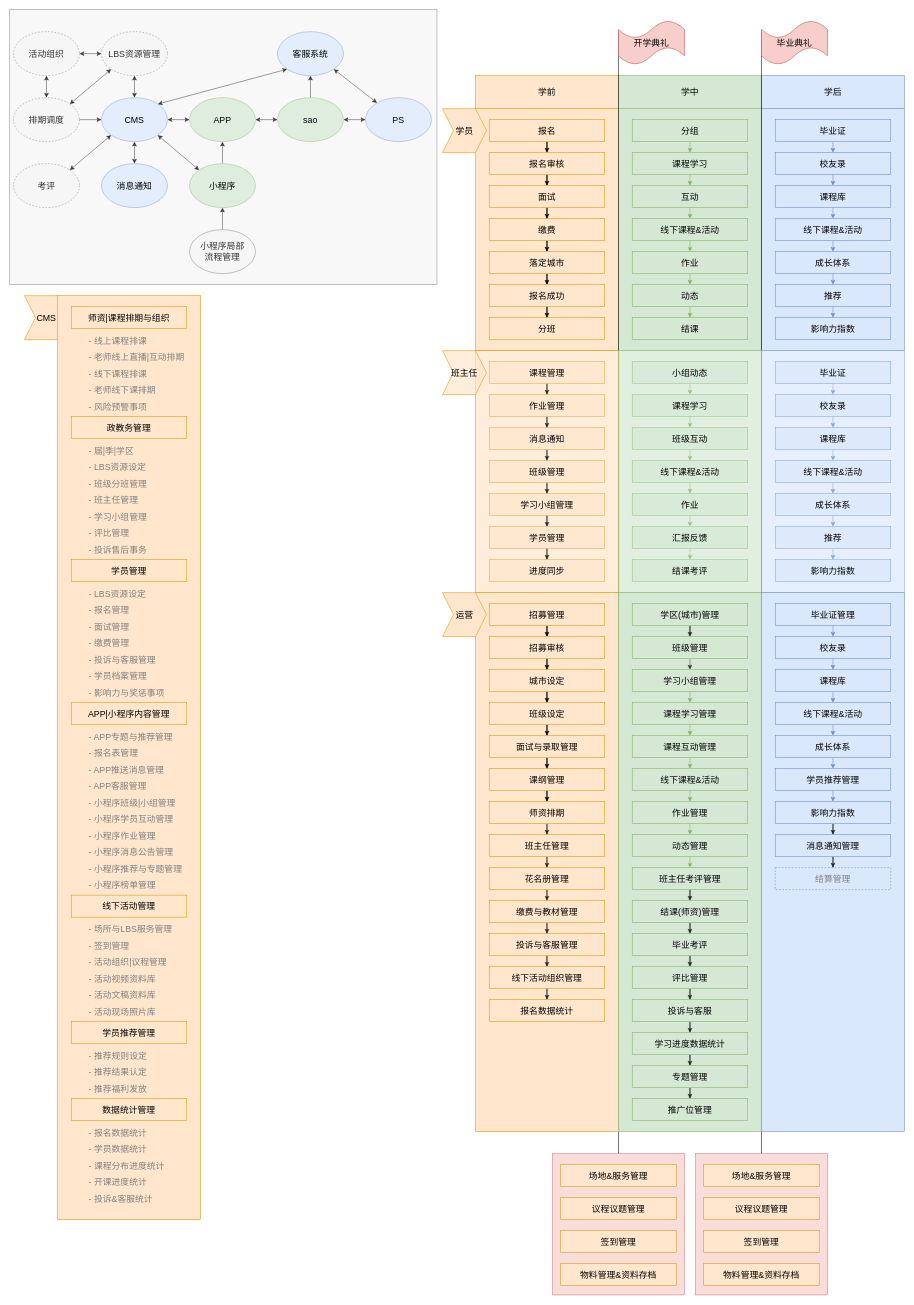
The draw.io diagram DDdaxue.drawio in HunkJia/HUNK, before the edit. Source tidied: cells renumbered, new cells numbered last; positions are measured from the earlier drawing's top-left corner, leaving out a move shared by most shapes. Both pictures are drawn from the tidied source at 55%, with x=0, y=0 at pixel (9, 9).
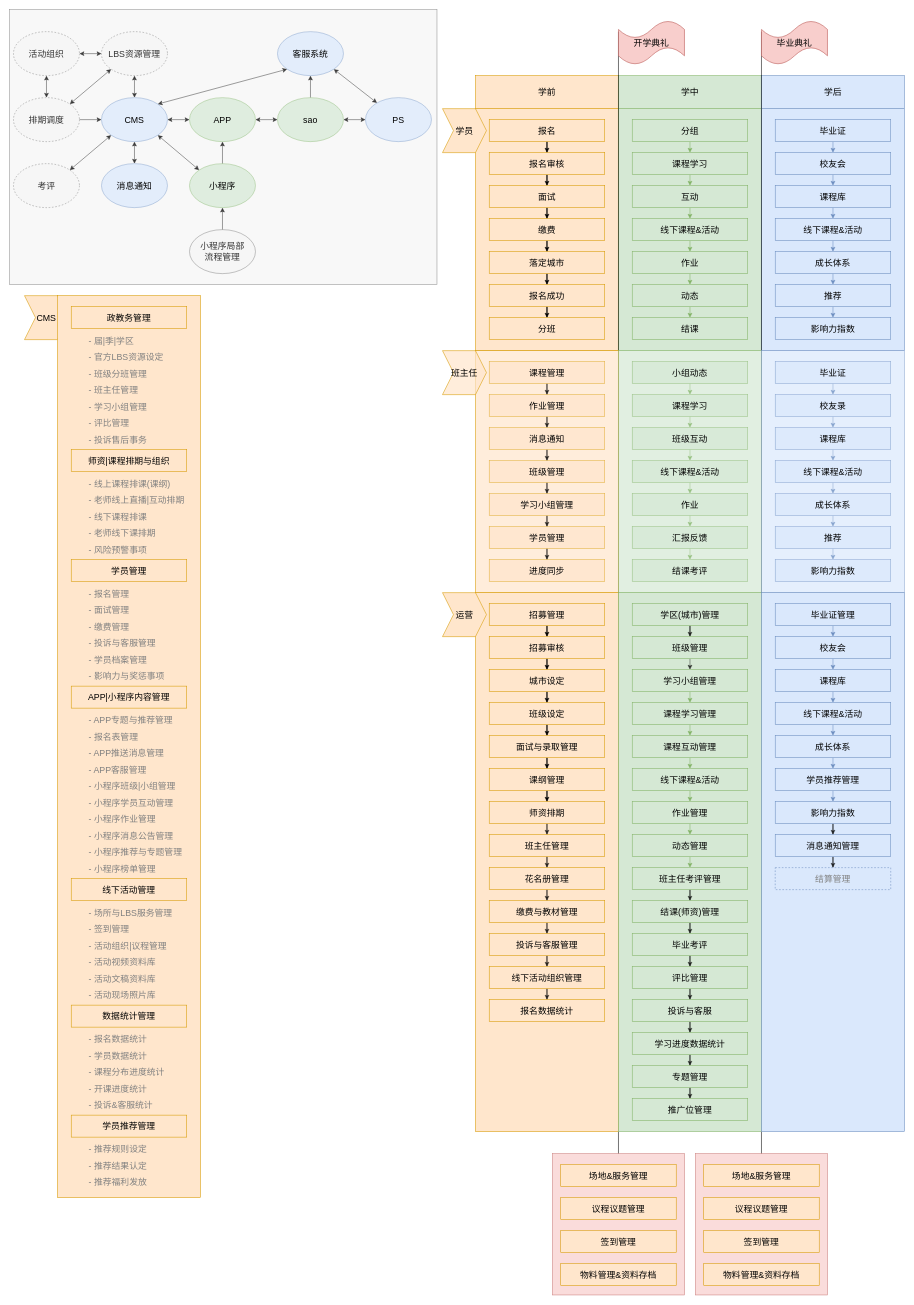
After the change.

What changed in the source:
```diff
@@
-    <mxCell id="43" value="校友录" style="rounded=0;whiteSpace=wrap;html=1;fontSize=16;fillColor=#dae8fc;strokeColor=#6c8ebf;" parent="1" vertex="1">
+    <mxCell id="43" value="校友会" style="rounded=0;whiteSpace=wrap;html=1;fontSize=16;fillColor=#dae8fc;strokeColor=#6c8ebf;" parent="1" vertex="1">
       <mxGeometry x="1392" y="260" width="210" height="40" as="geometry" />
     </mxCell>
@@
-    <mxCell id="155" value="校友录" style="rounded=0;whiteSpace=wrap;html=1;fontSize=16;fillColor=#dae8fc;strokeColor=#6c8ebf;" parent="1" vertex="1">
+    <mxCell id="155" value="校友会" style="rounded=0;whiteSpace=wrap;html=1;fontSize=16;fillColor=#dae8fc;strokeColor=#6c8ebf;" parent="1" vertex="1">
       <mxGeometry x="1392" y="1140" width="210" height="40" as="geometry" />
     </mxCell>
@@
     <mxCell id="202" style="rounded=0;whiteSpace=wrap;html=1;fillColor=#ffe6cc;strokeColor=#d79b00;" parent="1" vertex="1">
-      <mxGeometry x="87" y="520" width="260" height="1680" as="geometry" />
+      <mxGeometry x="87" y="520" width="260" height="1640" as="geometry" />
     </mxCell>
     <mxCell id="203" value="师资|课程排期与组织" style="rounded=0;whiteSpace=wrap;html=1;fontSize=16;fillColor=#ffe6cc;strokeColor=#d79b00;" parent="1" vertex="1">
-      <mxGeometry x="112" y="540" width="210" height="40" as="geometry" />
+      <mxGeometry x="112" y="800" width="210" height="40" as="geometry" />
     </mxCell>
     <mxCell id="204" value="政教务管理" style="rounded=0;whiteSpace=wrap;html=1;fontSize=16;fillColor=#ffe6cc;strokeColor=#d79b00;" parent="1" vertex="1">
-      <mxGeometry x="112" y="740" width="210" height="40" as="geometry" />
+      <mxGeometry x="112" y="540" width="210" height="40" as="geometry" />
     </mxCell>
@@
     <mxCell id="206" value="APP|小程序内容管理" style="rounded=0;whiteSpace=wrap;html=1;fontSize=16;fillColor=#ffe6cc;strokeColor=#d79b00;" parent="1" vertex="1">
-      <mxGeometry x="112" y="1260" width="210" height="40" as="geometry" />
+      <mxGeometry x="112" y="1230" width="210" height="40" as="geometry" />
     </mxCell>
     <mxCell id="207" value="线下活动管理" style="rounded=0;whiteSpace=wrap;html=1;fontSize=16;fillColor=#ffe6cc;strokeColor=#d79b00;" parent="1" vertex="1">
-      <mxGeometry x="112" y="1610" width="210" height="40" as="geometry" />
+      <mxGeometry x="112" y="1580" width="210" height="40" as="geometry" />
     </mxCell>
     <mxCell id="208" value="学员推荐管理" style="rounded=0;whiteSpace=wrap;html=1;fontSize=16;fillColor=#ffe6cc;strokeColor=#d79b00;" parent="1" vertex="1">
-      <mxGeometry x="112" y="1840" width="210" height="40" as="geometry" />
+      <mxGeometry x="112" y="2010" width="210" height="40" as="geometry" />
     </mxCell>
     <mxCell id="209" value="数据统计管理" style="rounded=0;whiteSpace=wrap;html=1;fontSize=16;fillColor=#ffe6cc;strokeColor=#d79b00;" parent="1" vertex="1">
-      <mxGeometry x="112" y="1980" width="210" height="40" as="geometry" />
+      <mxGeometry x="112" y="1810" width="210" height="40" as="geometry" />
     </mxCell>
-    <mxCell id="210" value="- 线上课程排课" style="text;html=1;align=left;verticalAlign=top;spacingTop=-4;fontSize=16;fontColor=#808080;" parent="1" vertex="1">
-      <mxGeometry x="142" y="590" width="120" height="20" as="geometry" />
+    <mxCell id="210" value="- 线上课程排课(课纲)" style="text;html=1;align=left;verticalAlign=top;spacingTop=-4;fontSize=16;fontColor=#808080;" parent="1" vertex="1">
+      <mxGeometry x="142" y="850" width="160" height="20" as="geometry" />
     </mxCell>
     <mxCell id="211" value="- 线下课程排课" style="text;html=1;align=left;verticalAlign=top;spacingTop=-4;fontSize=16;fontColor=#808080;" parent="1" vertex="1">
-      <mxGeometry x="142" y="650" width="120" height="20" as="geometry" />
+      <mxGeometry x="142" y="910" width="120" height="20" as="geometry" />
     </mxCell>
     <mxCell id="212" value="- 老师线下课排期" style="text;html=1;align=left;verticalAlign=top;spacingTop=-4;fontSize=16;fontColor=#808080;" parent="1" vertex="1">
-      <mxGeometry x="142" y="680" width="140" height="20" as="geometry" />
+      <mxGeometry x="142" y="940" width="140" height="20" as="geometry" />
     </mxCell>
     <mxCell id="213" value="- 老师线上直播|互动排期" style="text;html=1;align=left;verticalAlign=top;spacingTop=-4;fontSize=16;fontColor=#808080;" parent="1" vertex="1">
-      <mxGeometry x="142" y="620" width="190" height="20" as="geometry" />
+      <mxGeometry x="142" y="880" width="190" height="20" as="geometry" />
     </mxCell>
     <mxCell id="214" value="- 风险预警事项" style="text;html=1;align=left;verticalAlign=top;spacingTop=-4;fontSize=16;fontColor=#808080;" parent="1" vertex="1">
-      <mxGeometry x="142" y="710" width="120" height="20" as="geometry" />
+      <mxGeometry x="142" y="970" width="120" height="20" as="geometry" />
     </mxCell>
     <mxCell id="215" value="- 届|季|学区" style="text;html=1;align=left;verticalAlign=top;spacingTop=-4;fontSize=16;fontColor=#808080;" parent="1" vertex="1">
-      <mxGeometry x="142" y="790" width="100" height="20" as="geometry" />
+      <mxGeometry x="142" y="590" width="100" height="20" as="geometry" />
     </mxCell>
     <mxCell id="216" value="- 班级分班管理" style="text;html=1;align=left;verticalAlign=top;spacingTop=-4;fontSize=16;fontColor=#808080;" parent="1" vertex="1">
-      <mxGeometry x="142" y="850" width="120" height="20" as="geometry" />
+      <mxGeometry x="142" y="650" width="120" height="20" as="geometry" />
     </mxCell>
     <mxCell id="217" value="- 班主任管理" style="text;html=1;align=left;verticalAlign=top;spacingTop=-4;fontSize=16;fontColor=#808080;" parent="1" vertex="1">
-      <mxGeometry x="142" y="880" width="110" height="20" as="geometry" />
+      <mxGeometry x="142" y="680" width="110" height="20" as="geometry" />
     </mxCell>
     <mxCell id="218" value="- 学习小组管理" style="text;html=1;align=left;verticalAlign=top;spacingTop=-4;fontSize=16;fontColor=#808080;" parent="1" vertex="1">
-      <mxGeometry x="142" y="910" width="120" height="20" as="geometry" />
+      <mxGeometry x="142" y="710" width="120" height="20" as="geometry" />
     </mxCell>
-    <mxCell id="219" value="- LBS资源设定" style="text;html=1;align=left;verticalAlign=top;spacingTop=-4;fontSize=16;fontColor=#808080;" parent="1" vertex="1">
-      <mxGeometry x="142" y="820" width="120" height="20" as="geometry" />
+    <mxCell id="219" value="- 官方LBS资源设定" style="text;html=1;align=left;verticalAlign=top;spacingTop=-4;fontSize=16;fontColor=#808080;" parent="1" vertex="1">
+      <mxGeometry x="142" y="620" width="150" height="20" as="geometry" />
     </mxCell>
     <mxCell id="220" value="- 评比管理" style="text;html=1;align=left;verticalAlign=top;spacingTop=-4;fontSize=16;fontColor=#808080;" parent="1" vertex="1">
-      <mxGeometry x="142" y="940" width="90" height="20" as="geometry" />
+      <mxGeometry x="142" y="740" width="90" height="20" as="geometry" />
     </mxCell>
     <mxCell id="221" value="- 投诉售后事务" style="text;html=1;align=left;verticalAlign=top;spacingTop=-4;fontSize=16;fontColor=#808080;" parent="1" vertex="1">
-      <mxGeometry x="142" y="970" width="120" height="20" as="geometry" />
+      <mxGeometry x="142" y="770" width="120" height="20" as="geometry" />
     </mxCell>
-    <mxCell id="222" value="- LBS资源设定" style="text;html=1;align=left;verticalAlign=top;spacingTop=-4;fontSize=16;fontColor=#808080;" parent="1" vertex="1">
-      <mxGeometry x="142" y="1050" width="120" height="20" as="geometry" />
-    </mxCell>
     <mxCell id="223" value="- 面试管理" style="text;html=1;align=left;verticalAlign=top;spacingTop=-4;fontSize=16;fontColor=#808080;" parent="1" vertex="1">
-      <mxGeometry x="142" y="1110" width="90" height="20" as="geometry" />
+      <mxGeometry x="142" y="1080" width="90" height="20" as="geometry" />
     </mxCell>
     <mxCell id="224" value="- 缴费管理" style="text;html=1;align=left;verticalAlign=top;spacingTop=-4;fontSize=16;fontColor=#808080;" parent="1" vertex="1">
-      <mxGeometry x="142" y="1140" width="90" height="20" as="geometry" />
+      <mxGeometry x="142" y="1110" width="90" height="20" as="geometry" />
     </mxCell>
     <mxCell id="225" value="- 投诉与客服管理" style="text;html=1;align=left;verticalAlign=top;spacingTop=-4;fontSize=16;fontColor=#808080;" parent="1" vertex="1">
-      <mxGeometry x="142" y="1170" width="140" height="20" as="geometry" />
+      <mxGeometry x="142" y="1140" width="140" height="20" as="geometry" />
     </mxCell>
     <mxCell id="226" value="- 报名管理" style="text;html=1;align=left;verticalAlign=top;spacingTop=-4;fontSize=16;fontColor=#808080;" parent="1" vertex="1">
-      <mxGeometry x="142" y="1080" width="90" height="20" as="geometry" />
+      <mxGeometry x="142" y="1050" width="90" height="20" as="geometry" />
     </mxCell>
     <mxCell id="227" value="- 学员档案管理" style="text;html=1;align=left;verticalAlign=top;spacingTop=-4;fontSize=16;fontColor=#808080;" parent="1" vertex="1">
-      <mxGeometry x="142" y="1200" width="120" height="20" as="geometry" />
+      <mxGeometry x="142" y="1170" width="120" height="20" as="geometry" />
     </mxCell>
     <mxCell id="228" value="- 影响力与奖惩事项" style="text;html=1;align=left;verticalAlign=top;spacingTop=-4;fontSize=16;fontColor=#808080;" parent="1" vertex="1">
-      <mxGeometry x="142" y="1230" width="150" height="20" as="geometry" />
+      <mxGeometry x="142" y="1200" width="150" height="20" as="geometry" />
     </mxCell>
     <mxCell id="229" value="- APP专题与推荐管理" style="text;html=1;align=left;verticalAlign=top;spacingTop=-4;fontSize=16;fontColor=#808080;" parent="1" vertex="1">
-      <mxGeometry x="142" y="1310" width="170" height="20" as="geometry" />
+      <mxGeometry x="142" y="1280" width="170" height="20" as="geometry" />
     </mxCell>
     <mxCell id="230" value="- APP推送消息管理" style="text;html=1;align=left;verticalAlign=top;spacingTop=-4;fontSize=16;fontColor=#808080;" parent="1" vertex="1">
-      <mxGeometry x="142" y="1370" width="150" height="20" as="geometry" />
+      <mxGeometry x="142" y="1340" width="150" height="20" as="geometry" />
     </mxCell>
     <mxCell id="231" value="- APP客服管理" style="text;html=1;align=left;verticalAlign=top;spacingTop=-4;fontSize=16;fontColor=#808080;" parent="1" vertex="1">
-      <mxGeometry x="142" y="1400" width="120" height="20" as="geometry" />
+      <mxGeometry x="142" y="1370" width="120" height="20" as="geometry" />
     </mxCell>
     <mxCell id="232" value="- 小程序班级|小组管理" style="text;html=1;align=left;verticalAlign=top;spacingTop=-4;fontSize=16;fontColor=#808080;" parent="1" vertex="1">
-      <mxGeometry x="142" y="1430" width="170" height="20" as="geometry" />
+      <mxGeometry x="142" y="1400" width="170" height="20" as="geometry" />
     </mxCell>
     <mxCell id="233" value="- 报名表管理" style="text;html=1;align=left;verticalAlign=top;spacingTop=-4;fontSize=16;fontColor=#808080;" parent="1" vertex="1">
-      <mxGeometry x="142" y="1340" width="110" height="20" as="geometry" />
+      <mxGeometry x="142" y="1310" width="110" height="20" as="geometry" />
     </mxCell>
     <mxCell id="234" value="- 小程序学员互动管理" style="text;html=1;align=left;verticalAlign=top;spacingTop=-4;fontSize=16;fontColor=#808080;" parent="1" vertex="1">
-      <mxGeometry x="142" y="1460" width="170" height="20" as="geometry" />
+      <mxGeometry x="142" y="1430" width="170" height="20" as="geometry" />
     </mxCell>
     <mxCell id="235" value="- 小程序作业管理" style="text;html=1;align=left;verticalAlign=top;spacingTop=-4;fontSize=16;fontColor=#808080;" parent="1" vertex="1">
-      <mxGeometry x="142" y="1490" width="140" height="20" as="geometry" />
+      <mxGeometry x="142" y="1460" width="140" height="20" as="geometry" />
     </mxCell>
     <mxCell id="236" value="- 小程序消息公告管理" style="text;html=1;align=left;verticalAlign=top;spacingTop=-4;fontSize=16;fontColor=#808080;" parent="1" vertex="1">
-      <mxGeometry x="142" y="1520" width="170" height="20" as="geometry" />
+      <mxGeometry x="142" y="1490" width="170" height="20" as="geometry" />
     </mxCell>
     <mxCell id="237" value="- 小程序推荐与专题管理" style="text;html=1;align=left;verticalAlign=top;spacingTop=-4;fontSize=16;fontColor=#808080;" parent="1" vertex="1">
-      <mxGeometry x="142" y="1550" width="190" height="20" as="geometry" />
+      <mxGeometry x="142" y="1520" width="190" height="20" as="geometry" />
     </mxCell>
     <mxCell id="238" value="- 小程序榜单管理" style="text;html=1;align=left;verticalAlign=top;spacingTop=-4;fontSize=16;fontColor=#808080;" parent="1" vertex="1">
-      <mxGeometry x="142" y="1580" width="140" height="20" as="geometry" />
+      <mxGeometry x="142" y="1550" width="140" height="20" as="geometry" />
     </mxCell>
     <mxCell id="239" value="- 场所与LBS服务管理" style="text;html=1;align=left;verticalAlign=top;spacingTop=-4;fontSize=16;fontColor=#808080;" parent="1" vertex="1">
-      <mxGeometry x="142" y="1660" width="170" height="20" as="geometry" />
+      <mxGeometry x="142" y="1630" width="170" height="20" as="geometry" />
     </mxCell>
     <mxCell id="240" value="- 活动组织|议程管理" style="text;html=1;align=left;verticalAlign=top;spacingTop=-4;fontSize=16;fontColor=#808080;" parent="1" vertex="1">
-      <mxGeometry x="142" y="1720" width="160" height="20" as="geometry" />
+      <mxGeometry x="142" y="1690" width="160" height="20" as="geometry" />
     </mxCell>
     <mxCell id="241" value="- 活动视频资料库" style="text;html=1;align=left;verticalAlign=top;spacingTop=-4;fontSize=16;fontColor=#808080;" parent="1" vertex="1">
-      <mxGeometry x="142" y="1750" width="140" height="20" as="geometry" />
+      <mxGeometry x="142" y="1720" width="140" height="20" as="geometry" />
     </mxCell>
     <mxCell id="242" value="- 活动文稿资料库" style="text;html=1;align=left;verticalAlign=top;spacingTop=-4;fontSize=16;fontColor=#808080;" parent="1" vertex="1">
-      <mxGeometry x="142" y="1780" width="140" height="20" as="geometry" />
+      <mxGeometry x="142" y="1750" width="140" height="20" as="geometry" />
     </mxCell>
     <mxCell id="243" value="- 签到管理" style="text;html=1;align=left;verticalAlign=top;spacingTop=-4;fontSize=16;fontColor=#808080;" parent="1" vertex="1">
-      <mxGeometry x="142" y="1690" width="90" height="20" as="geometry" />
+      <mxGeometry x="142" y="1660" width="90" height="20" as="geometry" />
     </mxCell>
     <mxCell id="244" value="- 活动现场照片库" style="text;html=1;align=left;verticalAlign=top;spacingTop=-4;fontSize=16;fontColor=#808080;" parent="1" vertex="1">
-      <mxGeometry x="142" y="1810" width="140" height="20" as="geometry" />
+      <mxGeometry x="142" y="1780" width="140" height="20" as="geometry" />
     </mxCell>
     <mxCell id="245" value="- 推荐规则设定" style="text;html=1;align=left;verticalAlign=top;spacingTop=-4;fontSize=16;fontColor=#808080;" parent="1" vertex="1">
-      <mxGeometry x="142" y="1890" width="120" height="20" as="geometry" />
+      <mxGeometry x="142" y="2060" width="120" height="20" as="geometry" />
     </mxCell>
     <mxCell id="246" value="- 推荐结果认定" style="text;html=1;align=left;verticalAlign=top;spacingTop=-4;fontSize=16;fontColor=#808080;" parent="1" vertex="1">
-      <mxGeometry x="142" y="1920" width="120" height="20" as="geometry" />
+      <mxGeometry x="142" y="2090" width="120" height="20" as="geometry" />
     </mxCell>
     <mxCell id="247" value="- 推荐福利发放" style="text;html=1;align=left;verticalAlign=top;spacingTop=-4;fontSize=16;fontColor=#808080;" parent="1" vertex="1">
-      <mxGeometry x="142" y="1950" width="120" height="20" as="geometry" />
+      <mxGeometry x="142" y="2120" width="120" height="20" as="geometry" />
     </mxCell>
     <mxCell id="248" value="- 报名数据统计" style="text;html=1;align=left;verticalAlign=top;spacingTop=-4;fontSize=16;fontColor=#808080;" parent="1" vertex="1">
-      <mxGeometry x="142" y="2030" width="120" height="20" as="geometry" />
+      <mxGeometry x="142" y="1860" width="120" height="20" as="geometry" />
     </mxCell>
     <mxCell id="249" value="- 学员数据统计" style="text;html=1;align=left;verticalAlign=top;spacingTop=-4;fontSize=16;fontColor=#808080;" parent="1" vertex="1">
-      <mxGeometry x="142" y="2060" width="120" height="20" as="geometry" />
+      <mxGeometry x="142" y="1890" width="120" height="20" as="geometry" />
     </mxCell>
     <mxCell id="250" value="- 课程分布进度统计" style="text;html=1;align=left;verticalAlign=top;spacingTop=-4;fontSize=16;fontColor=#808080;" parent="1" vertex="1">
-      <mxGeometry x="142" y="2090" width="150" height="20" as="geometry" />
+      <mxGeometry x="142" y="1920" width="150" height="20" as="geometry" />
     </mxCell>
     <mxCell id="251" value="- 开课进度统计" style="text;html=1;align=left;verticalAlign=top;spacingTop=-4;fontSize=16;fontColor=#808080;" parent="1" vertex="1">
-      <mxGeometry x="142" y="2120" width="120" height="20" as="geometry" />
+      <mxGeometry x="142" y="1950" width="120" height="20" as="geometry" />
     </mxCell>
     <mxCell id="252" value="- 投诉&amp;amp;客服统计" style="text;html=1;align=left;verticalAlign=top;spacingTop=-4;fontSize=16;fontColor=#808080;" parent="1" vertex="1">
-      <mxGeometry x="142" y="2150" width="130" height="20" as="geometry" />
+      <mxGeometry x="142" y="1980" width="130" height="20" as="geometry" />
     </mxCell>
```
